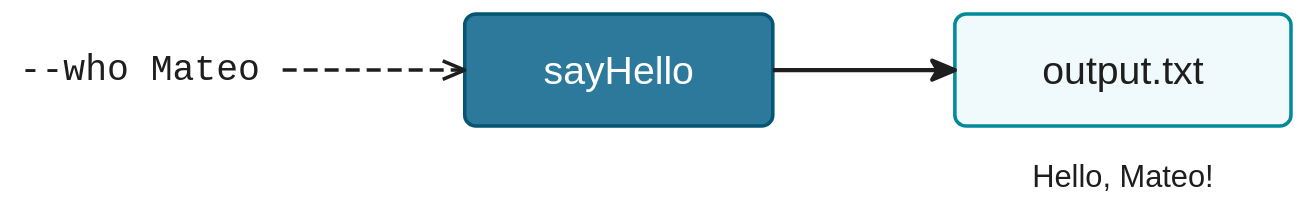
The draw.io diagram docs/en/docs/hello_nextflow/img/hello-world-param.drawio.svg in nextflow-io/training, before a commit. Source tidied: cells renumbered, new cells last; positions are measured from the earlier drawing's top-left corner, leaving out a move shared by most shapes. The source it was exported from:
```xml
<mxGraphModel>
  <root>
    <mxCell id="0" />
    <mxCell id="1" parent="0" />
    <mxCell id="2" value="sayHello" style="rounded=1;absoluteArcSize=1;arcSize=16;fillColor=#2d799b;strokeColor=#055672;strokeWidth=2.5;fontFamily=Helvetica;fontSize=28;fontColor=#ffffff;html=0;whiteSpace=nowrap;" parent="1" vertex="1">
      <mxGeometry x="322" width="220" height="80" as="geometry" />
    </mxCell>
    <mxCell id="3" value="--who Mateo" style="text;align=left;verticalAlign=middle;spacing=0;spacingLeft=4;fontFamily=Menlo;fontSize=26;fontColor=#1e1e1e;html=0;whiteSpace=nowrap;" parent="1" vertex="1">
      <mxGeometry x="0.2" y="21" width="191.8" height="38" as="geometry" />
    </mxCell>
    <mxCell id="4" style="edgeStyle=none;html=0;strokeColor=#1e1e1e;endSize=12;strokeWidth=2.5;dashed=1;dashPattern=4 2;endArrow=open;endFill=0;exitX=1;exitY=0.5;exitDx=0;exitDy=0;entryX=0;entryY=0.5;entryDx=0;entryDy=0;" parent="1" edge="1" source="3" target="2">
      <mxGeometry relative="1" as="geometry" />
    </mxCell>
    <mxCell id="5" value="output.txt" style="rounded=1;absoluteArcSize=1;arcSize=16;fillColor=#f0f9fb;strokeColor=#02899a;strokeWidth=2.5;fontFamily=Helvetica;fontSize=28;fontColor=#1e1e1e;html=0;whiteSpace=nowrap;" parent="1" vertex="1">
      <mxGeometry x="672" width="240" height="80" as="geometry" />
    </mxCell>
    <mxCell id="6" style="edgeStyle=none;html=0;strokeColor=#1e1e1e;endSize=12;strokeWidth=3;endArrow=classic;endFill=1;exitX=1;exitY=0.5;exitDx=0;exitDy=0;entryX=0;entryY=0.5;entryDx=0;entryDy=0;" parent="1" edge="1" source="2" target="5">
      <mxGeometry relative="1" as="geometry" />
    </mxCell>
    <mxCell id="7" value="Hello, Mateo!" style="text;align=center;verticalAlign=middle;spacing=0;spacingLeft=4;fontFamily=Helvetica;fontSize=22;fontColor=#1e1e1e;html=0;whiteSpace=nowrap;" parent="1" vertex="1">
      <mxGeometry x="672" y="100" width="240" height="32" as="geometry" />
    </mxCell>
  </root>
</mxGraphModel>
```
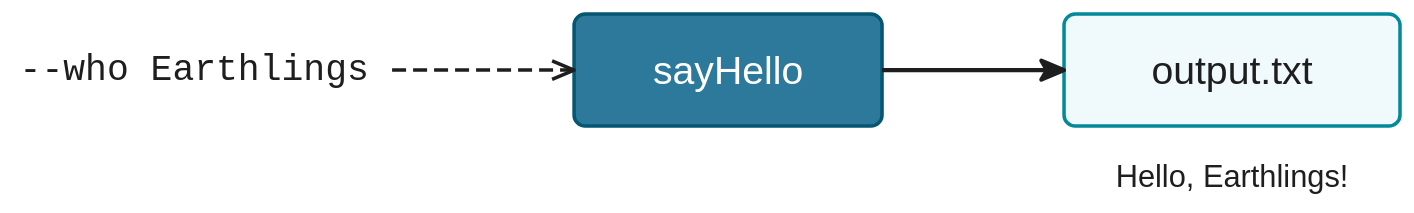
After the commit.

Commit message:
docs(hello_nextflow): Hello World examples that don't use the names file

The names file only arrives in Part 2, so Part 1's runs use other
values: --who 'Earthlings' (3.3, and the 3.1 and 3.2 diagrams), the
default Friend (3.4.2) and --who 'Everyone' (3.4.3 and the quiz).

Diff of the diagram source:
```diff
@@ -5,8 +5,8 @@
     <mxCell id="2" value="sayHello" style="rounded=1;absoluteArcSize=1;arcSize=16;fillColor=#2d799b;strokeColor=#055672;strokeWidth=2.5;fontFamily=Helvetica;fontSize=28;fontColor=#ffffff;html=0;whiteSpace=nowrap;" parent="1" vertex="1">
       <mxGeometry x="322" width="220" height="80" as="geometry" />
     </mxCell>
-    <mxCell id="3" value="--who Mateo" style="text;align=left;verticalAlign=middle;spacing=0;spacingLeft=4;fontFamily=Menlo;fontSize=26;fontColor=#1e1e1e;html=0;whiteSpace=nowrap;" parent="1" vertex="1">
-      <mxGeometry x="0.2" y="21" width="191.8" height="38" as="geometry" />
+    <mxCell id="3" value="--who Earthlings" style="text;align=left;verticalAlign=middle;spacing=0;spacingLeft=4;fontFamily=Menlo;fontSize=26;fontColor=#1e1e1e;html=0;whiteSpace=nowrap;" parent="1" vertex="1">
+      <mxGeometry x="-78.1" y="21" width="270.1" height="38" as="geometry" />
     </mxCell>
     <mxCell id="4" style="edgeStyle=none;html=0;strokeColor=#1e1e1e;endSize=12;strokeWidth=2.5;dashed=1;dashPattern=4 2;endArrow=open;endFill=0;exitX=1;exitY=0.5;exitDx=0;exitDy=0;entryX=0;entryY=0.5;entryDx=0;entryDy=0;" parent="1" edge="1" source="3" target="2">
       <mxGeometry relative="1" as="geometry" />
@@ -17,7 +17,7 @@
     <mxCell id="6" style="edgeStyle=none;html=0;strokeColor=#1e1e1e;endSize=12;strokeWidth=3;endArrow=classic;endFill=1;exitX=1;exitY=0.5;exitDx=0;exitDy=0;entryX=0;entryY=0.5;entryDx=0;entryDy=0;" parent="1" edge="1" source="2" target="5">
       <mxGeometry relative="1" as="geometry" />
     </mxCell>
-    <mxCell id="7" value="Hello, Mateo!" style="text;align=center;verticalAlign=middle;spacing=0;spacingLeft=4;fontFamily=Helvetica;fontSize=22;fontColor=#1e1e1e;html=0;whiteSpace=nowrap;" parent="1" vertex="1">
+    <mxCell id="7" value="Hello, Earthlings!" style="text;align=center;verticalAlign=middle;spacing=0;spacingLeft=4;fontFamily=Helvetica;fontSize=22;fontColor=#1e1e1e;html=0;whiteSpace=nowrap;" parent="1" vertex="1">
       <mxGeometry x="672" y="100" width="240" height="32" as="geometry" />
     </mxCell>
   </root>
```
